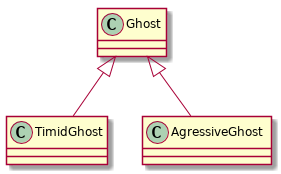
frederic1979/git_session2 keeps this PlantUML diagram as session1/cours/img/ghost-poo-base-class.png. Above is the earlier version.
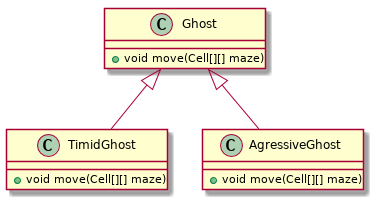
After the commit.

Change to the diagram source:
```diff
@@ -1,7 +1,13 @@
 @startuml
-class TimidGhost
-class AgressiveGhost
-class Ghost
+class TimidGhost{
++ void move(Cell[][] maze)
+}
+class AgressiveGhost{
++ void move(Cell[][] maze)
+}
+class Ghost{
++ void move(Cell[][] maze)
+}
 
 Ghost <|-- AgressiveGhost
 Ghost <|-- TimidGhost
```
